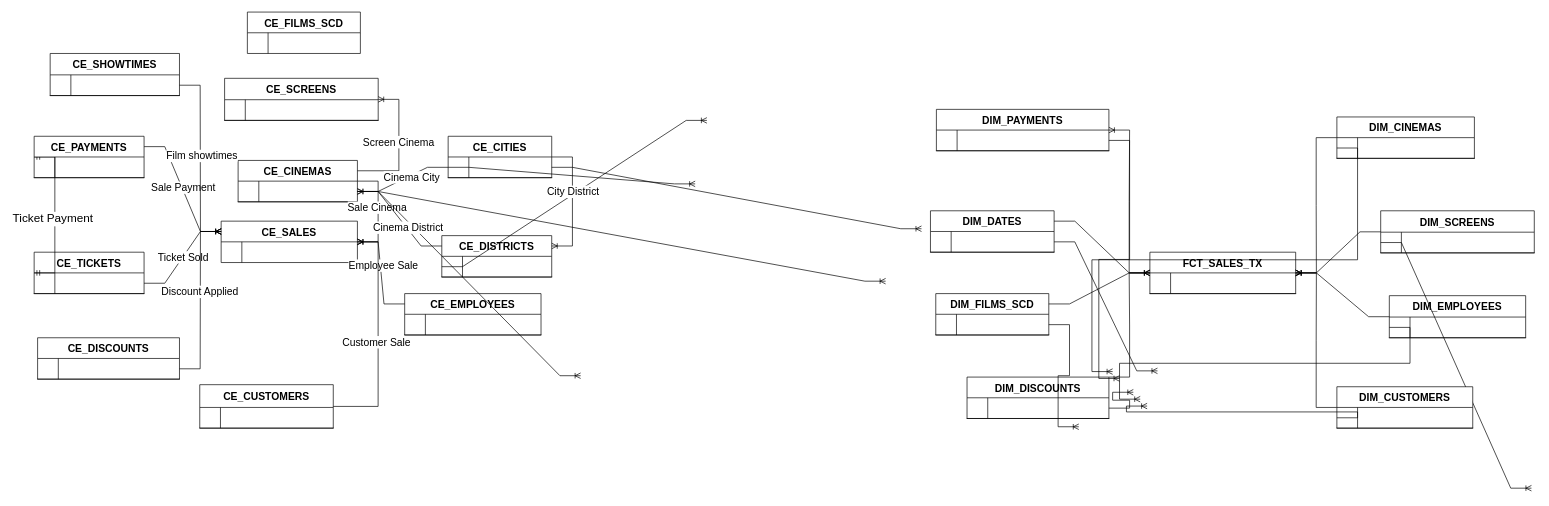
This is Untitled Diagram.drawio from GiorgiEz/DB-modeling, a draw.io file, before an edit. Source tidied: cells renumbered, new cells numbered last; positions are measured from the earlier drawing's top-left corner, leaving out a move shared by most shapes. Both pictures are drawn from the tidied source at 69%, with x=0, y=0 at pixel (-92, -3).
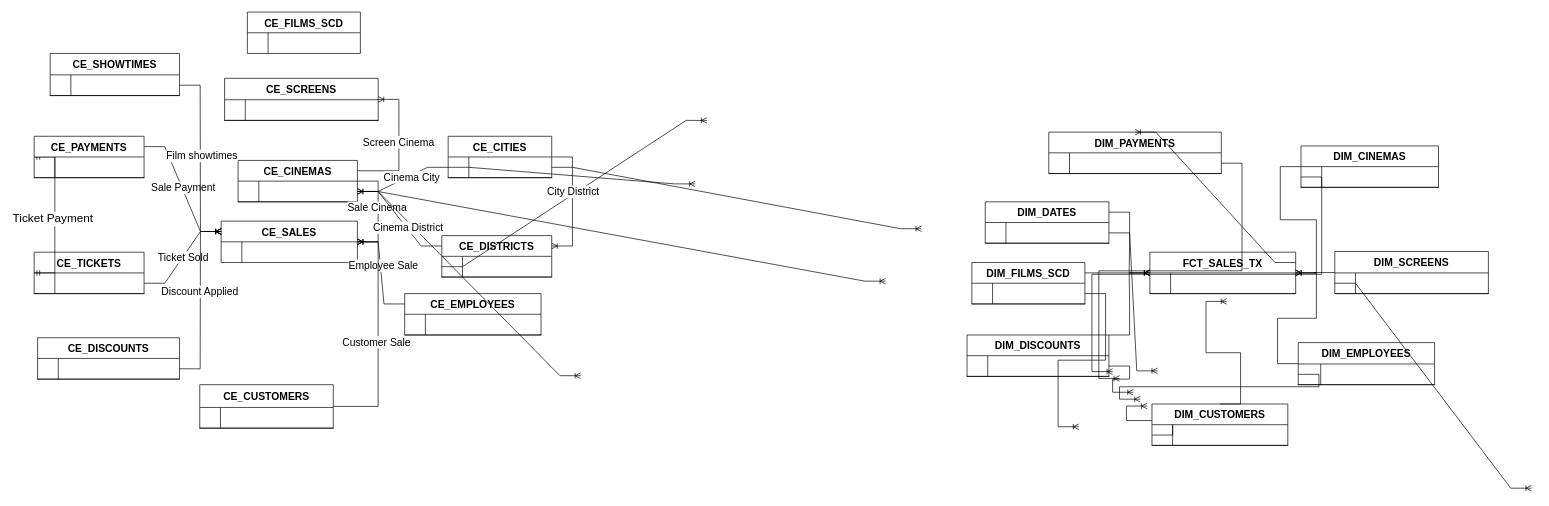
After the change.

The change refers to these unchanged cells:
```xml
<mxCell id="104" style="shape=partialRectangle;fillColor=none;points=[[0,0.5],[1,0.5]];portConstraint=eastwest;top=0;left=0;right=0;bottom=1;" parent="103" vertex="1">
  <mxGeometry y="31" width="197.6" height="30" as="geometry" />
</mxCell>
<mxCell id="107" value="FCT_SALES_TX" style="shape=table;startSize=30;childLayout=tableLayout;rowLines=0;fontStyle=1;align=center;fontSize=15;" parent="1" vertex="1">
  <mxGeometry x="1799" y="370" width="211.3" height="60" as="geometry" />
</mxCell>
```

Change to the diagram source:
```diff
@@
     <mxCell id="79" value="DIM_FILMS_SCD" style="shape=table;startSize=30;childLayout=tableLayout;rowLines=0;fontStyle=1;align=center;fontSize=15;" parent="1" vertex="1">
-      <mxGeometry x="1488.7" y="430" width="163.8" height="60" as="geometry" />
+      <mxGeometry x="1541" y="385" width="163.8" height="60" as="geometry" />
     </mxCell>
@@
     <mxCell id="83" value="DIM_CINEMAS" style="shape=table;startSize=30;childLayout=tableLayout;rowLines=0;fontStyle=1;align=center;fontSize=15;" parent="1" vertex="1">
-      <mxGeometry x="2070" y="174" width="199.3" height="60" as="geometry" />
+      <mxGeometry x="2018" y="216" width="199.3" height="60" as="geometry" />
     </mxCell>
@@
     <mxCell id="87" value="DIM_DATES" style="shape=table;startSize=30;childLayout=tableLayout;rowLines=0;fontStyle=1;align=center;fontSize=15;" parent="1" vertex="1">
-      <mxGeometry x="1481" y="310" width="179.2" height="60" as="geometry" />
+      <mxGeometry x="1560.4" y="297" width="179.2" height="60" as="geometry" />
     </mxCell>
@@
     <mxCell id="91" value="DIM_SCREENS" style="shape=table;startSize=31;childLayout=tableLayout;rowLines=0;fontStyle=1;align=center;fontSize=15;" parent="1" vertex="1">
-      <mxGeometry x="2133.5" y="310" width="222.6" height="61" as="geometry" />
+      <mxGeometry x="2067" y="369" width="222.6" height="61" as="geometry" />
     </mxCell>
@@
     <mxCell id="95" value="DIM_DISCOUNTS" style="shape=table;startSize=30;childLayout=tableLayout;rowLines=0;fontStyle=1;align=center;fontSize=15;" parent="1" vertex="1">
-      <mxGeometry x="1534" y="551" width="205.6" height="60" as="geometry" />
+      <mxGeometry x="1534" y="490" width="205.6" height="60" as="geometry" />
     </mxCell>
@@
     <mxCell id="99" value="DIM_PAYMENTS" style="shape=table;startSize=30;childLayout=tableLayout;rowLines=0;fontStyle=1;align=center;fontSize=15;" parent="1" vertex="1">
-      <mxGeometry x="1489.6" y="163" width="250" height="60" as="geometry" />
+      <mxGeometry x="1652.5" y="196" width="250" height="60" as="geometry" />
     </mxCell>
@@
     <mxCell id="103" value="DIM_EMPLOYEES" style="shape=table;startSize=31;childLayout=tableLayout;rowLines=0;fontStyle=1;align=center;fontSize=15;" parent="1" vertex="1">
-      <mxGeometry x="2146" y="433" width="197.6" height="61" as="geometry" />
+      <mxGeometry x="2014" y="501" width="197.6" height="61" as="geometry" />
     </mxCell>
@@
     <mxCell id="105" style="shape=partialRectangle;overflow=hidden;fillColor=none;top=0;left=0;bottom=0;right=0;fontStyle=1;" parent="104" vertex="1">
-      <mxGeometry width="30" height="30" as="geometry" />
+      <mxGeometry width="32.6" height="30" as="geometry" />
     </mxCell>
     <mxCell id="106" style="shape=partialRectangle;overflow=hidden;fillColor=none;top=0;left=0;bottom=0;right=0;align=left;spacingLeft=6;fontStyle=5;" parent="104" vertex="1">
-      <mxGeometry x="30" width="167.6" height="30" as="geometry" />
+      <mxGeometry x="32.6" width="165" height="30" as="geometry" />
     </mxCell>
@@
     <mxCell id="119" value="DIM_CUSTOMERS" style="shape=table;startSize=30;childLayout=tableLayout;rowLines=0;fontStyle=1;align=center;fontSize=15;" parent="1" vertex="1">
-      <mxGeometry x="2070" y="565" width="196.9" height="60" as="geometry" />
+      <mxGeometry x="1802" y="590" width="196.9" height="60" as="geometry" />
     </mxCell>
@@
-    <mxCell id="126" style="edgeStyle=entityRelationEdgeStyle;fontSize=12;html=1;endArrow=ERoneToMany;rounded=0;" parent="1" edge="1" source="119" target="107">
+    <mxCell id="126" style="edgeStyle=entityRelationEdgeStyle;fontSize=12;html=1;endArrow=ERoneToMany;rounded=0;entryX=0.527;entryY=1.189;entryDx=0;entryDy=0;entryPerimeter=0;exitX=0.5;exitY=0;exitDx=0;exitDy=0;" parent="1" edge="1" source="119" target="107">
       <mxGeometry relative="1" as="geometry">
         <Array as="points">
           <mxPoint x="263" y="510" />
           <mxPoint x="327" y="541" />
           <mxPoint x="327" y="545" />
           <mxPoint x="242" y="518" />
           <mxPoint x="241" y="515" />
         </Array>
       </mxGeometry>
     </mxCell>
@@
-    <mxCell id="129" style="edgeStyle=entityRelationEdgeStyle;fontSize=12;html=1;endArrow=ERoneToMany;rounded=0;" parent="1" edge="1" source="107" target="99">
+    <mxCell id="129" style="edgeStyle=entityRelationEdgeStyle;fontSize=12;html=1;endArrow=ERoneToMany;rounded=0;exitX=1;exitY=0.25;exitDx=0;exitDy=0;entryX=0.5;entryY=0;entryDx=0;entryDy=0;" parent="1" edge="1" source="107" target="99">
       <mxGeometry relative="1" as="geometry">
         <Array as="points">
           <mxPoint x="293" y="540" />
           <mxPoint x="357" y="571" />
           <mxPoint x="357" y="575" />
           <mxPoint x="272" y="548" />
           <mxPoint x="271" y="545" />
         </Array>
       </mxGeometry>
     </mxCell>
```
